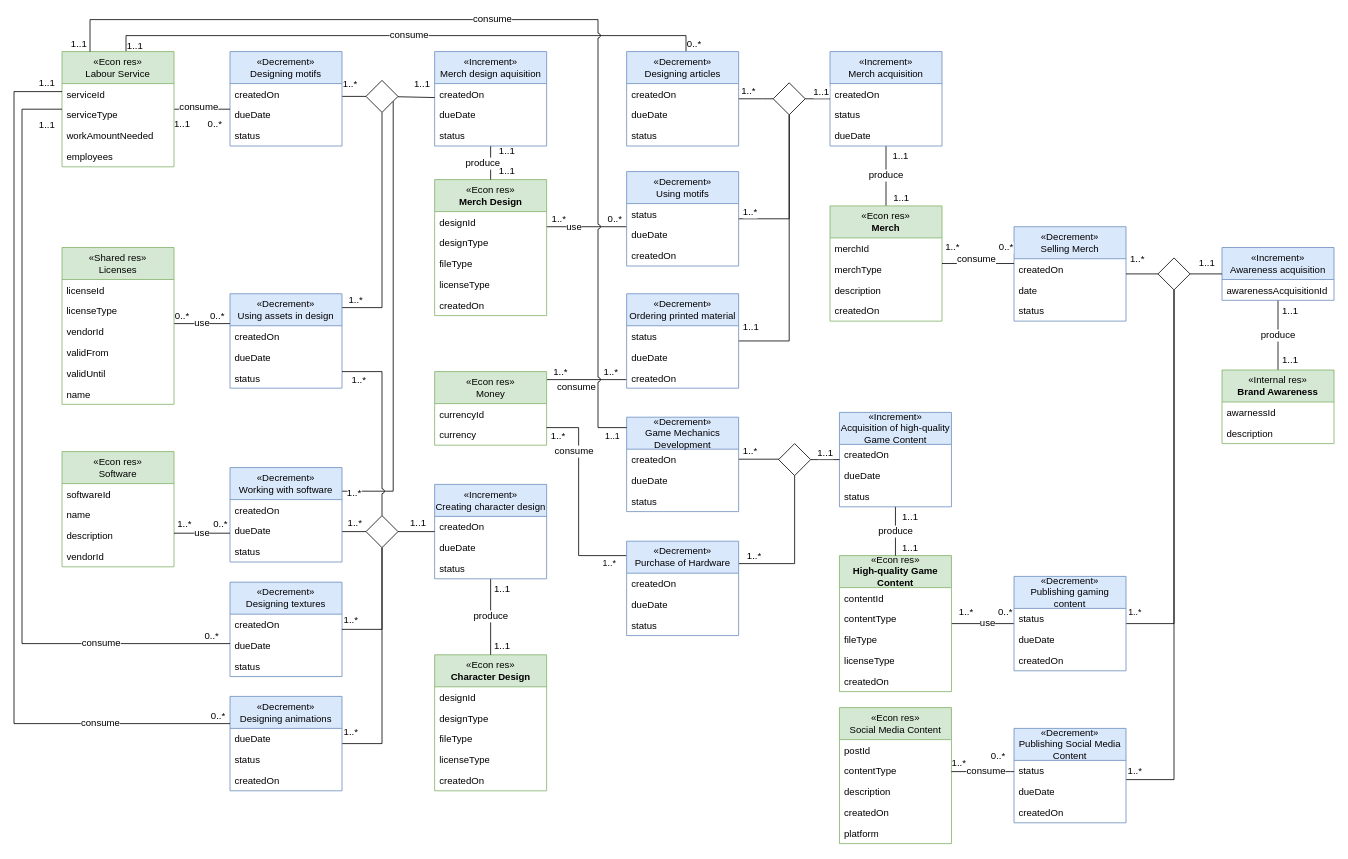
Before: page "Conversion" (1 of 9) of media/IS1_Project_REA.drawio in tudwiglemmel/Neigh-Corp---Golden-Meadows, a draw.io diagram. Source tidied: cells renumbered, new cells numbered last; positions are measured from the earlier drawing's top-left corner, leaving out a move shared by most shapes. Both pictures are drawn from the tidied source at 80%, with x=0, y=0 at pixel (14, 19).
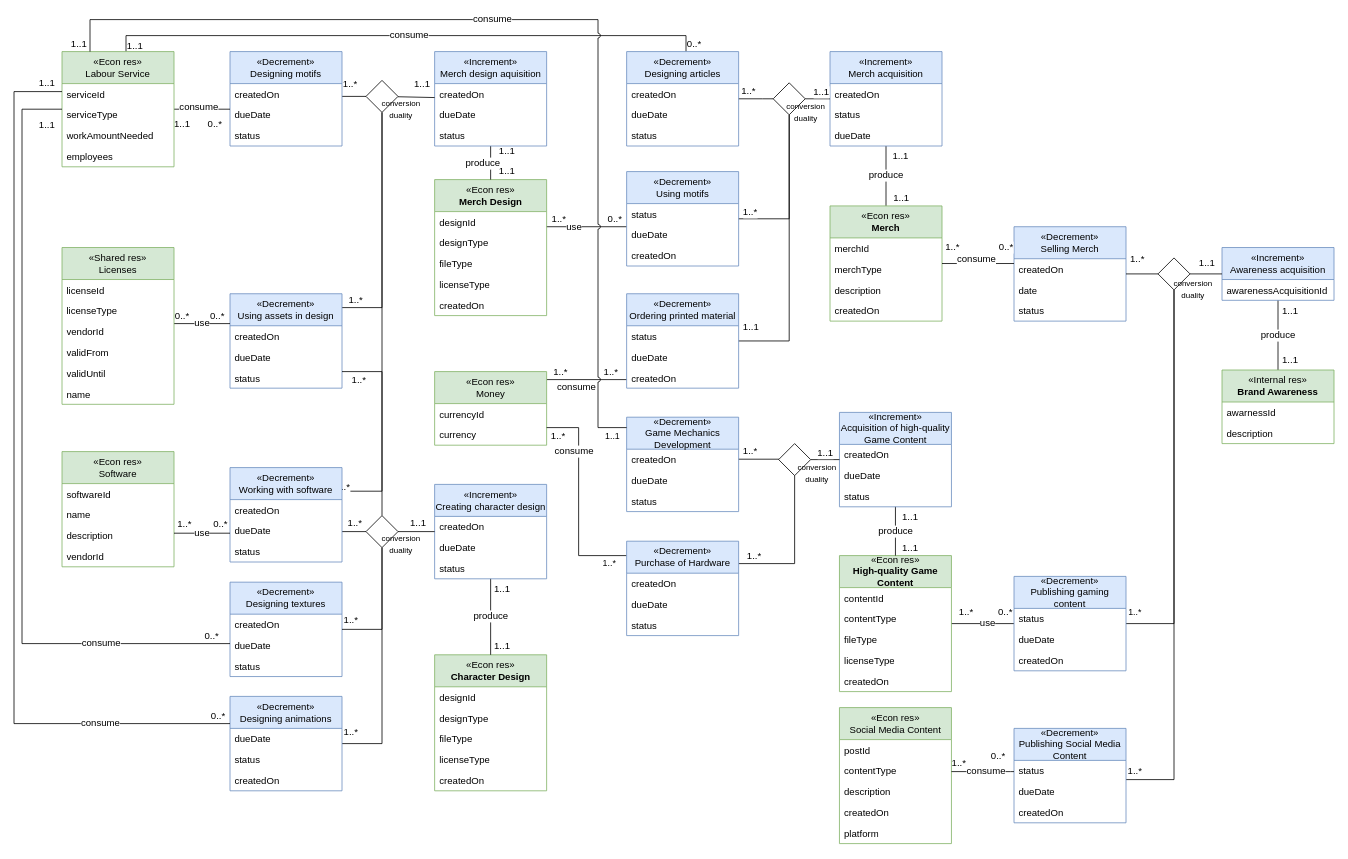
The same page after the edit.

Unchanged cells that the change refers to:
```xml
<mxCell id="102" style="rhombus;whiteSpace=wrap;html=1;shapeInside=1;" parent="1" vertex="1">
  <mxGeometry x="440" y="76" width="40" height="40" as="geometry" />
</mxCell>
<mxCell id="117" value="«Decrement»&lt;div&gt;Working with software&lt;/div&gt;" style="rounded=0;whiteSpace=wrap;html=1;fillColor=#dae8fc;strokeColor=#6c8ebf;shape=swimlane;fontStyle=0;startSize=40;horizontal=1;" parent="1" vertex="1">
  <mxGeometry x="270" y="560" width="140" height="118" as="geometry" />
</mxCell>
```

The edit, as a diff of the source:
```diff
@@
     <mxCell id="42" style="rounded=0;jettySize=auto;html=1;fontFamily=Helvetica;fontSize=12;fontColor=default;exitX=1;exitY=0.25;exitDx=0;exitDy=0;endArrow=none;endFill=0;edgeStyle=orthogonalEdgeStyle;jumpStyle=arc;" parent="1" edge="1" source="117" target="102">
       <mxGeometry x="0.69" relative="1" as="geometry">
         <Array as="points">
-          <mxPoint x="474" y="589.5" />
+          <mxPoint x="460" y="589.5" />
         </Array>
       </mxGeometry>
     </mxCell>
@@
+    <mxCell id="221" value="&lt;font style=&quot;font-size: 10px;&quot;&gt;conversion duality&lt;/font&gt;" style="text;html=1;whiteSpace=wrap;strokeColor=none;fillColor=none;align=center;verticalAlign=middle;rounded=0;" parent="1" vertex="1">
+      <mxGeometry x="454" y="640" width="60" height="30" as="geometry" />
+    </mxCell>
+    <mxCell id="222" value="&lt;font style=&quot;font-size: 10px;&quot;&gt;conversion duality&lt;/font&gt;" style="text;html=1;whiteSpace=wrap;strokeColor=none;fillColor=none;align=center;verticalAlign=middle;rounded=0;" parent="1" vertex="1">
+      <mxGeometry x="974" y="551" width="60" height="30" as="geometry" />
+    </mxCell>
+    <mxCell id="223" value="&lt;font style=&quot;font-size: 10px;&quot;&gt;conversion duality&lt;/font&gt;" style="text;html=1;whiteSpace=wrap;strokeColor=none;fillColor=none;align=center;verticalAlign=middle;rounded=0;" parent="1" vertex="1">
+      <mxGeometry x="1444" y="320.9" width="60" height="30" as="geometry" />
+    </mxCell>
+    <mxCell id="224" value="&lt;font style=&quot;font-size: 10px;&quot;&gt;conversion duality&lt;/font&gt;" style="text;html=1;whiteSpace=wrap;strokeColor=none;fillColor=none;align=center;verticalAlign=middle;rounded=0;" parent="1" vertex="1">
+      <mxGeometry x="960" y="100" width="60" height="30" as="geometry" />
+    </mxCell>
+    <mxCell id="225" value="&lt;font style=&quot;font-size: 10px;&quot;&gt;conversion duality&lt;/font&gt;" style="text;html=1;whiteSpace=wrap;strokeColor=none;fillColor=none;align=center;verticalAlign=middle;rounded=0;" parent="1" vertex="1">
+      <mxGeometry x="454" y="97" width="60" height="30" as="geometry" />
+    </mxCell>
```
